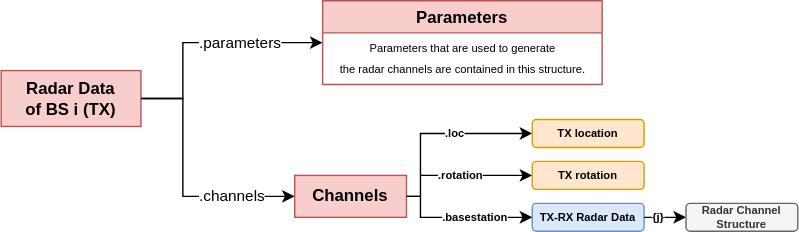
Above: docs/images/radardiagram.svg in wireless-intelligence-lab/DeepVerse6G-matlab (draw.io), before the change. Source tidied: cells renumbered, new cells last; positions are measured from the earlier drawing's top-left corner, leaving out a move shared by most shapes.
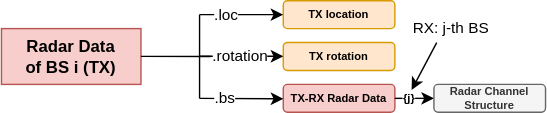
After the commit.

Diff of the diagram source:
```diff
@@ -2,81 +2,79 @@
   <root>
     <mxCell id="0" />
     <mxCell id="1" parent="0" />
-    <mxCell id="2" value=".parameters" style="edgeStyle=orthogonalEdgeStyle;rounded=0;jettySize=auto;html=1;exitX=1;exitY=0.5;exitDx=0;exitDy=0;align=left;" parent="1" edge="1" source="3">
-      <mxGeometry x="-0.06" relative="1" as="geometry">
-        <mxPoint x="230" y="30" as="targetPoint" />
-        <Array as="points">
-          <mxPoint x="130" y="70" />
-          <mxPoint x="130" y="30" />
-          <mxPoint x="190" y="30" />
-        </Array>
-      </mxGeometry>
-    </mxCell>
-    <mxCell id="3" value="Radar Data&lt;br&gt;of BS i (TX)" style="rounded=0;whiteSpace=wrap;html=1;fillColor=#f8cecc;strokeColor=#b85450;fontStyle=1;" parent="1" vertex="1">
-      <mxGeometry y="50" width="100" height="40" as="geometry" />
+    <mxCell id="3" value="Radar Data &lt;br&gt;of BS i (TX)" style="rounded=0;whiteSpace=wrap;html=1;fillColor=#f8cecc;strokeColor=#b85450;fontStyle=1;" parent="1" vertex="1">
+      <mxGeometry x="178" y="105" width="100" height="40" as="geometry" />
     </mxCell>
-    <mxCell id="4" style="edgeStyle=orthogonalEdgeStyle;rounded=0;jettySize=auto;html=1;exitX=1;exitY=0.5;exitDx=0;exitDy=0;entryX=0;entryY=0.5;entryDx=0;entryDy=0;" parent="1" edge="1" source="3" target="8">
-      <mxGeometry relative="1" as="geometry">
-        <Array as="points">
-          <mxPoint x="130" y="70" />
-          <mxPoint x="130" y="140" />
-        </Array>
-      </mxGeometry>
-    </mxCell>
-    <mxCell id="5" value="&lt;span style=&quot;&quot;&gt;.channels&lt;/span&gt;" style="edgeLabel;html=1;align=left;verticalAlign=middle;" parent="4" vertex="1">
-      <mxGeometry x="0.41" y="-1" relative="1" as="geometry">
-        <mxPoint x="-17" y="-1" as="offset" />
-      </mxGeometry>
-    </mxCell>
-    <mxCell id="6" style="edgeStyle=orthogonalEdgeStyle;rounded=0;jettySize=auto;html=1;exitX=1;exitY=0.5;exitDx=0;exitDy=0;entryX=0;entryY=0.5;entryDx=0;entryDy=0;fontSize=8;" parent="1" edge="1" source="8" target="11">
-      <mxGeometry relative="1" as="geometry">
-        <Array as="points">
-          <mxPoint x="300" y="140" />
-          <mxPoint x="300" y="95" />
-        </Array>
-      </mxGeometry>
-    </mxCell>
-    <mxCell id="7" value=".loc" style="edgeLabel;html=1;align=left;verticalAlign=middle;fontSize=8;fontStyle=1;" parent="6" vertex="1">
-      <mxGeometry x="0.24" y="2" relative="1" as="geometry">
-        <mxPoint x="-13" y="2" as="offset" />
-      </mxGeometry>
-    </mxCell>
-    <mxCell id="8" value="&lt;b&gt;Channels&lt;/b&gt;" style="rounded=0;whiteSpace=wrap;html=1;fillColor=#f8cecc;strokeColor=#b85450;" parent="1" vertex="1">
-      <mxGeometry x="210" y="125" width="80" height="30" as="geometry" />
-    </mxCell>
-    <mxCell id="9" value="Parameters" style="swimlane;fillColor=#f8cecc;strokeColor=#b85450;" parent="1" vertex="1">
-      <mxGeometry x="230" width="200" height="60" as="geometry" />
-    </mxCell>
-    <mxCell id="10" value="&lt;font style=&quot;font-size: 8px&quot;&gt;Parameters that are used to generate&lt;br&gt;the radar channels are contained in this structure.&lt;/font&gt;" style="text;html=1;align=center;verticalAlign=middle;strokeColor=none;fillColor=none;" parent="9" vertex="1">
-      <mxGeometry x="5" y="20" width="190" height="40" as="geometry" />
-    </mxCell>
     <mxCell id="11" value="TX location" style="rounded=1;whiteSpace=wrap;html=1;fontSize=8;fillColor=#ffe6cc;strokeColor=#d79b00;fontStyle=1;" parent="1" vertex="1">
       <mxGeometry x="380" y="85" width="80" height="20" as="geometry" />
     </mxCell>
-    <mxCell id="12" value=".rotation" style="edgeStyle=none;rounded=0;jettySize=auto;html=1;fontSize=8;entryX=0;entryY=0.5;entryDx=0;entryDy=0;align=left;fontStyle=1;" parent="1" edge="1" target="13">
-      <mxGeometry x="-0.71" relative="1" as="geometry">
-        <mxPoint x="300" y="125" as="sourcePoint" />
-      </mxGeometry>
-    </mxCell>
-    <mxCell id="13" value="TX rotation" style="rounded=1;whiteSpace=wrap;html=1;fontSize=8;fillColor=#ffe6cc;strokeColor=#d79b00;fontStyle=1;" parent="1" vertex="1">
-      <mxGeometry x="380" y="115" width="80" height="20" as="geometry" />
-    </mxCell>
-    <mxCell id="14" value="TX-RX Radar Data" style="rounded=1;whiteSpace=wrap;html=1;fontSize=8;fillColor=#dae8fc;strokeColor=#6c8ebf;fontStyle=1;" parent="1" vertex="1">
+    <mxCell id="14" value="TX-RX Radar Data" style="rounded=1;whiteSpace=wrap;html=1;fontSize=8;fillColor=#f8cecc;strokeColor=#b85450;fontStyle=1;" parent="1" vertex="1">
       <mxGeometry x="380" y="145" width="80" height="20" as="geometry" />
     </mxCell>
     <mxCell id="15" value="{j}" style="edgeStyle=none;rounded=0;jettySize=auto;html=1;exitX=1;exitY=0.5;exitDx=0;exitDy=0;fontSize=8;fontStyle=1;entryX=0;entryY=0.5;entryDx=0;entryDy=0;" parent="1" edge="1" source="14" target="16">
       <mxGeometry x="-0.33" relative="1" as="geometry" />
     </mxCell>
     <mxCell id="16" value="Radar Channel&lt;br&gt;Structure" style="rounded=1;whiteSpace=wrap;html=1;fontSize=8;fillColor=#f5f5f5;strokeColor=#666666;fontColor=#333333;fontStyle=1;" parent="1" vertex="1">
-      <mxGeometry x="490" y="145" width="80" height="20" as="geometry" />
+      <mxGeometry x="488" y="145" width="80" height="20" as="geometry" />
     </mxCell>
-    <mxCell id="17" value=".basestation" style="edgeStyle=orthogonalEdgeStyle;rounded=0;jettySize=auto;html=1;exitX=1;exitY=0.5;exitDx=0;exitDy=0;entryX=0;entryY=0.5;entryDx=0;entryDy=0;fontSize=8;align=left;fontStyle=1;" parent="1" edge="1" source="8" target="14">
-      <mxGeometry x="-0.26" relative="1" as="geometry">
-        <Array as="points">
-          <mxPoint x="300" y="140" />
-          <mxPoint x="300" y="155" />
-        </Array>
-      </mxGeometry>
-    </mxCell>
+    <mxCell id="13" value="TX rotation" style="rounded=1;whiteSpace=wrap;html=1;fontSize=8;fillColor=#ffe6cc;strokeColor=#d79b00;fontStyle=1;" parent="1" vertex="1">
+      <mxGeometry x="380" y="115" width="80" height="20" as="geometry" />
+    </mxCell>
+    <mxCell id="18" style="endArrow=classic;html=1;rounded=0;" parent="1" edge="1">
+      <mxGeometry relative="1" as="geometry">
+        <mxPoint x="320" y="95" as="sourcePoint" />
+        <mxPoint x="380" y="95" as="targetPoint" />
+      </mxGeometry>
+    </mxCell>
+    <mxCell id="7" value=".loc" style="edgeLabel;html=1;align=center;verticalAlign=middle;" parent="18" vertex="1">
+      <mxGeometry x="-0.2" y="-2" relative="1" as="geometry">
+        <mxPoint x="-6" y="-2" as="offset" />
+      </mxGeometry>
+    </mxCell>
+    <mxCell id="19" style="endArrow=classic;html=1;rounded=0;" parent="1" edge="1">
+      <mxGeometry relative="1" as="geometry">
+        <mxPoint x="320" y="124.8" as="sourcePoint" />
+        <mxPoint x="380" y="124.8" as="targetPoint" />
+      </mxGeometry>
+    </mxCell>
+    <mxCell id="12" value=".rotation" style="edgeLabel;html=1;align=center;verticalAlign=middle;" parent="19" vertex="1">
+      <mxGeometry x="-0.35" y="1" relative="1" as="geometry">
+        <mxPoint x="9" y="1" as="offset" />
+      </mxGeometry>
+    </mxCell>
+    <mxCell id="20" style="endArrow=classic;html=1;rounded=0;" parent="1" edge="1">
+      <mxGeometry relative="1" as="geometry">
+        <mxPoint x="320" y="155" as="sourcePoint" />
+        <mxPoint x="380" y="155.3" as="targetPoint" />
+      </mxGeometry>
+    </mxCell>
+    <mxCell id="21" value=".bs" style="edgeLabel;html=1;align=center;verticalAlign=middle;" parent="20" vertex="1">
+      <mxGeometry x="-0.2" y="-2" relative="1" as="geometry">
+        <mxPoint x="-6" y="-2" as="offset" />
+      </mxGeometry>
+    </mxCell>
+    <mxCell id="22" style="endArrow=none;html=1;rounded=0;" parent="1" edge="1">
+      <mxGeometry relative="1" as="geometry">
+        <mxPoint x="320" y="155" as="sourcePoint" />
+        <mxPoint x="320" y="95" as="targetPoint" />
+      </mxGeometry>
+    </mxCell>
+    <mxCell id="23" style="endArrow=none;html=1;rounded=0;" parent="1" edge="1">
+      <mxGeometry relative="1" as="geometry">
+        <mxPoint x="278" y="124.9" as="sourcePoint" />
+        <mxPoint x="328" y="125" as="targetPoint" />
+      </mxGeometry>
+    </mxCell>
+    <mxCell id="24" style="endArrow=classic;html=1;rounded=0;" parent="1" edge="1">
+      <mxGeometry relative="1" as="geometry">
+        <mxPoint x="490" y="115" as="sourcePoint" />
+        <mxPoint x="472" y="149" as="targetPoint" />
+      </mxGeometry>
+    </mxCell>
+    <mxCell id="25" value="RX: j-th BS" style="edgeLabel;html=1;align=center;verticalAlign=middle;" parent="24" vertex="1">
+      <mxGeometry x="-0.43" y="-1" relative="1" as="geometry">
+        <mxPoint x="16" y="-19" as="offset" />
+      </mxGeometry>
+    </mxCell>
   </root>
 </mxGraphModel>
```
